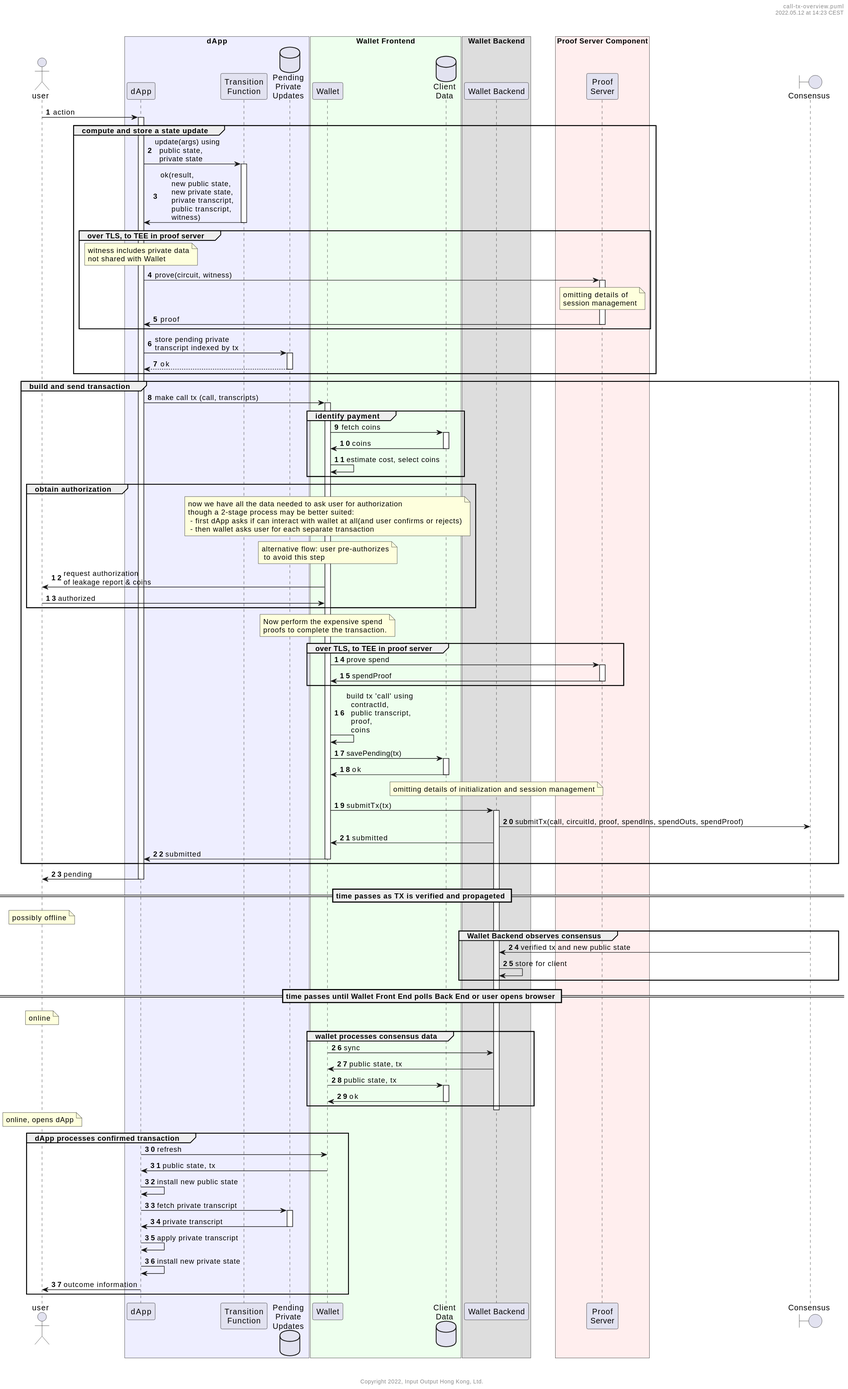
Earlier version of the PlantUML export user-flows/dapp-user/call-tx-overview.svg (midnightntwrk/midnight-architecture). The source it was exported from:
```plantuml
@startuml
autonumber
header %filename()\n%date("yyyy.MM.dd' at 'HH:mm z")\n\n\n

actor user

box "dApp" #eef
        participant dApp as dapp
        participant "Transition\nFunction" as gamma
        database "Pending\nPrivate\nUpdates" as pending
end box
box "Wallet Frontend" #efe
        participant "Wallet" as wallet
        database "Client\nData" as clientData
end box
box "Wallet Backend"
    participant "Wallet Backend" as walletBackend
end box
box "Proof Server Component" #fee
        participant "Proof\nServer" as proofServer
end box

boundary Consensus as consensus



user -> dapp : action

activate dapp


        group compute and store a state update
            dapp -> gamma : update(args) using\n  public state,\n  private state
            activate gamma
                    gamma -> dapp : ok(result,\n     new public state,\n     new private state,\n     private transcript,\n     public transcript,\n     witness)
            deactivate gamma

            group over TLS, to TEE in proof server
                note over dapp: witness includes private data\nnot shared with Wallet
                dapp -> proofServer : prove(circuit, witness)
                note over proofServer: omitting details of\nsession management
                activate proofServer
                        proofServer -> dapp : proof
                deactivate proofServer
            end

            dapp -> pending ++ : store pending private\ntranscript indexed by tx
            return ok
        end

        group build and send transaction
                dapp -> wallet : make call tx (call, transcripts)
                activate wallet
                group identify payment
                            wallet -> clientData ++ : fetch coins
                            clientData -> wallet : coins
                        deactivate clientData
                        wallet -> wallet : estimate cost, select coins
                end

                group obtain authorization
                        note over wallet : now we have all the data needed to ask user for authorization\nthough a 2-stage process may be better suited:\n - first dApp asks if can interact with wallet at all(and user confirms or rejects)\n - then wallet asks user for each separate transaction
                        note over wallet: alternative flow: user pre-authorizes\n to avoid this step
                        wallet -> user : request authorization\nof leakage report & coins
                        user -> wallet : authorized
                end

                note over wallet: Now perform the expensive spend\nproofs to complete the transaction.
                group over TLS, to TEE in proof server
                        wallet -> proofServer : prove spend
                        activate proofServer
                                proofServer -> wallet : spendProof
                        deactivate proofServer
                end

                wallet -> wallet : build tx 'call' using\n  contractId,\n  public transcript,\n  proof,\n  coins
                wallet -> clientData ++ : savePending(tx)
                clientData -> wallet -- : ok
                note over walletBackend : omitting details of initialization and session management
                wallet -> walletBackend : submitTx(tx)
                activate walletBackend
                        walletBackend -> consensus : submitTx(call, circuitId, proof, spendIns, spendOuts, spendProof)
                        walletBackend -> wallet : submitted
                wallet -> dapp : submitted
                deactivate wallet
        end

        dapp -> user: pending

        == time passes as TX is verified and propageted ==

deactivate dapp


note over user: possibly offline

group Wallet Backend observes consensus
        consensus -> walletBackend : verified tx and new public state
        walletBackend -> walletBackend : store for client
end

== time passes until Wallet Front End polls Back End or user opens browser ==

note over user: online

activate wallet

group wallet processes consensus data
    wallet -> walletBackend : sync
    walletBackend -> wallet :  public state, tx
    wallet -> clientData ++ : public state, tx
    clientData -> wallet -- : ok
end

deactivate walletBackend

note over user: online, opens dApp
group dApp processes confirmed transaction
    activate dapp
        dapp -> wallet: refresh
        wallet -> dapp: public state, tx
        dapp -> dapp : install new public state
        dapp -> pending ++ : fetch private transcript
        pending -> dapp -- : private transcript
        dapp -> dapp : apply private transcript
        dapp -> dapp : install new private state
        dapp -> user : outcome information
    deactivate dapp
end


footer \n\n\nCopyright %date("yyyy"), Input Output Hong Kong, Ltd.

@enduml
```
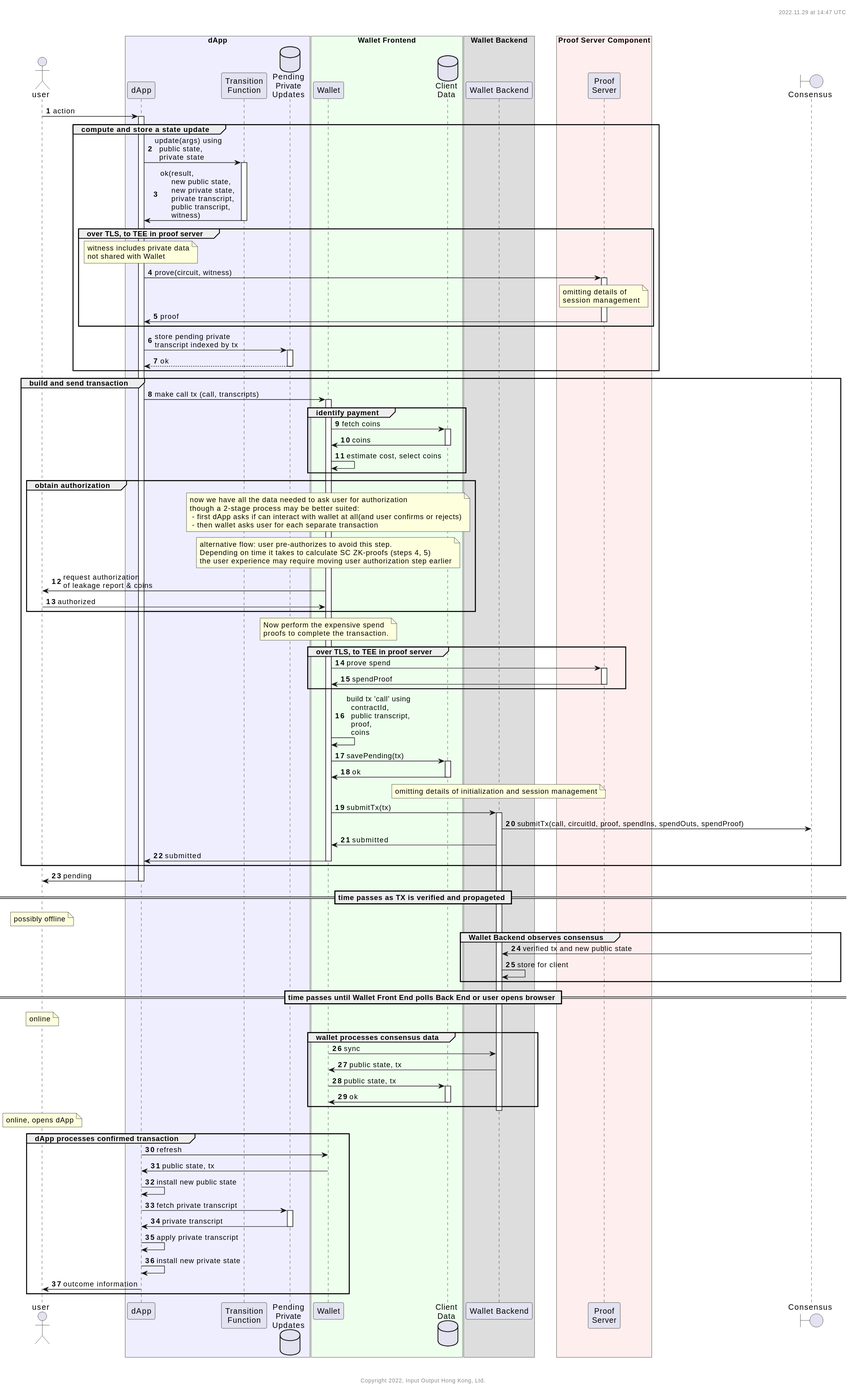
After the change.

The edit, as a diff of the source:
```diff
@@ -60,7 +60,7 @@
 
                 group obtain authorization
                         note over wallet : now we have all the data needed to ask user for authorization\nthough a 2-stage process may be better suited:\n - first dApp asks if can interact with wallet at all(and user confirms or rejects)\n - then wallet asks user for each separate transaction
-                        note over wallet: alternative flow: user pre-authorizes\n to avoid this step
+                        note over wallet: alternative flow: user pre-authorizes to avoid this step. \nDepending on time it takes to calculate SC ZK-proofs (steps 4, 5) \nthe user experience may require moving user authorization step earlier
                         wallet -> user : request authorization\nof leakage report & coins
                         user -> wallet : authorized
                 end
```
